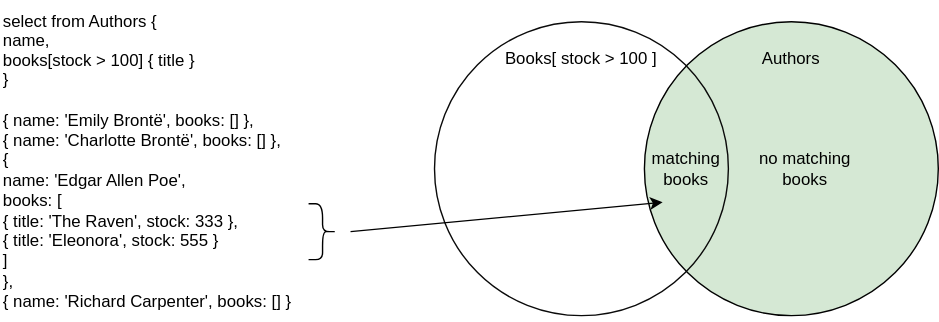
This is assets/cxl/sets-expand.drawio.svg from capire/docs, a draw.io export, as it was before one commit. Source tidied: cells renumbered, new cells last; positions are measured from the earlier drawing's top-left corner, leaving out a move shared by most shapes. The source it was exported from:
```xml
<mxGraphModel>
  <root>
    <mxCell id="0" />
    <mxCell id="1" parent="0" />
    <mxCell id="2" style="ellipse;whiteSpace=wrap;html=1;fillColor=#d5e8d4;strokeColor=default;" parent="1" vertex="1">
      <mxGeometry x="460" y="15" width="210" height="210" as="geometry" />
    </mxCell>
    <mxCell id="3" style="ellipse;whiteSpace=wrap;html=1;fillColor=none;strokeColor=#0A0A0A;" parent="1" vertex="1">
      <mxGeometry x="310" y="15" width="210" height="210" as="geometry" />
    </mxCell>
    <mxCell id="4" value="Authors" style="text;html=1;align=center;verticalAlign=middle;whiteSpace=wrap;rounded=0;" parent="1" vertex="1">
      <mxGeometry x="510" y="37" width="110" height="10" as="geometry" />
    </mxCell>
    <mxCell id="5" value="Books[ stock &amp;gt; 100 ]" style="text;html=1;align=center;verticalAlign=middle;whiteSpace=wrap;rounded=0;" parent="1" vertex="1">
      <mxGeometry x="350" y="37" width="130" height="10" as="geometry" />
    </mxCell>
    <mxCell id="6" value="no matching books" style="text;html=1;align=center;verticalAlign=middle;whiteSpace=wrap;rounded=0;" parent="1" vertex="1">
      <mxGeometry x="530" y="105" width="90" height="30" as="geometry" />
    </mxCell>
    <mxCell id="7" value="matching&lt;div&gt;books&lt;/div&gt;" style="text;html=1;align=center;verticalAlign=middle;whiteSpace=wrap;rounded=0;" parent="1" vertex="1">
      <mxGeometry x="460" y="105" width="60" height="30" as="geometry" />
    </mxCell>
    <mxCell id="8" style="endArrow=classic;html=1;" parent="1" edge="1">
      <mxGeometry relative="1" as="geometry">
        <mxPoint x="250" y="165" as="sourcePoint" />
        <mxPoint x="473" y="144" as="targetPoint" />
      </mxGeometry>
    </mxCell>
    <mxCell id="9" value="select from Authors {&#10;  name,&#10;  books[stock &gt; 100] { title }&#10;}" style="text;align=left;verticalAlign=middle;strokeColor=none;fillColor=none;" parent="1" vertex="1">
      <mxGeometry width="162" height="70" as="geometry" />
    </mxCell>
    <mxCell id="10" value="&lt;div&gt;&lt;font color=&quot;#000000&quot;&gt;&amp;nbsp; { name: 'Emily Brontë', books: [] },&lt;/font&gt;&lt;/div&gt;&lt;div&gt;&lt;font color=&quot;#000000&quot;&gt;&amp;nbsp; { name: 'Charlotte Brontë', books: [] },&lt;/font&gt;&lt;/div&gt;&lt;div&gt;&lt;font color=&quot;#000000&quot;&gt;&amp;nbsp; {&lt;/font&gt;&lt;/div&gt;&lt;div&gt;&lt;font color=&quot;#000000&quot;&gt;&amp;nbsp; &amp;nbsp; name: 'Edgar Allen Poe',&lt;/font&gt;&lt;/div&gt;&lt;div&gt;&lt;font color=&quot;#000000&quot;&gt;&amp;nbsp; &amp;nbsp; books: [&lt;/font&gt;&lt;/div&gt;&lt;div&gt;&lt;font color=&quot;#000000&quot;&gt;&amp;nbsp; &amp;nbsp; &amp;nbsp; { title: 'The Raven', stock: 333 },&lt;/font&gt;&lt;/div&gt;&lt;div&gt;&lt;font color=&quot;#000000&quot;&gt;&amp;nbsp; &amp;nbsp; &amp;nbsp; { title: 'Eleonora', stock: 555 }&lt;/font&gt;&lt;/div&gt;&lt;div&gt;&lt;font color=&quot;#000000&quot;&gt;&amp;nbsp; &amp;nbsp; ]&lt;/font&gt;&lt;/div&gt;&lt;div&gt;&lt;font color=&quot;#000000&quot;&gt;&amp;nbsp; },&lt;/font&gt;&lt;/div&gt;&lt;div&gt;&lt;font color=&quot;#000000&quot;&gt;&amp;nbsp; { name: 'Richard Carpenter', books: [] }&lt;/font&gt;&lt;/div&gt;" style="text;html=1;align=left;verticalAlign=middle;strokeColor=none;fillColor=none;" parent="1" vertex="1">
      <mxGeometry y="70" width="240" height="160" as="geometry" />
    </mxCell>
    <mxCell id="11" style="shape=curlyBracket;whiteSpace=wrap;html=1;rounded=1;flipH=1;labelPosition=right;verticalLabelPosition=middle;align=left;verticalAlign=middle;" parent="1" vertex="1">
      <mxGeometry x="220" y="145" width="20" height="40" as="geometry" />
    </mxCell>
  </root>
</mxGraphModel>
```
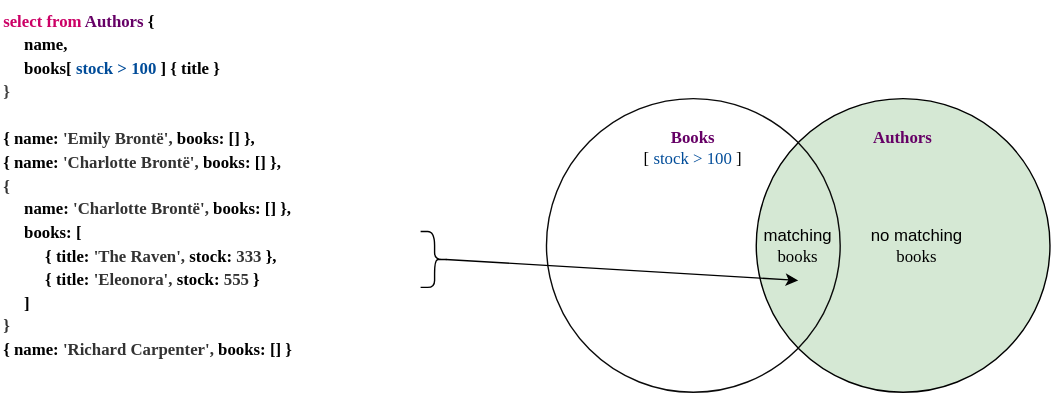
Later version of the same file.

Diff of the diagram source:
```diff
@@ -2,38 +2,34 @@
   <root>
     <mxCell id="0" />
     <mxCell id="1" parent="0" />
+    <mxCell id="12" value="&lt;div style=&quot;forced-color-adjust: none; scrollbar-color: rgb(226, 226, 226) rgb(251, 251, 251); font-family: Monaco; font-size: 12px; font-style: normal; font-variant-ligatures: normal; font-variant-caps: normal; letter-spacing: normal; orphans: 2; text-align: left; text-indent: 0px; text-transform: none; widows: 2; word-spacing: 0px; -webkit-text-stroke-width: 0px; white-space: nowrap; text-decoration-thickness: initial; text-decoration-style: initial; text-decoration-color: initial; line-height: 140%;&quot;&gt;&lt;div style=&quot;forced-color-adjust: none; scrollbar-color: rgb(226, 226, 226) rgb(251, 251, 251); text-wrap-mode: wrap;&quot;&gt;&lt;font style=&quot;color: rgb(204, 0, 102); forced-color-adjust: none; scrollbar-color: rgb(226, 226, 226) rgb(251, 251, 251);&quot;&gt;select from&lt;/font&gt;&lt;font style=&quot;color: rgb(255, 51, 153); forced-color-adjust: none; scrollbar-color: rgb(226, 226, 226) rgb(251, 251, 251);&quot;&gt;&amp;nbsp;&lt;/font&gt;&lt;span style=&quot;forced-color-adjust: none; scrollbar-color: rgb(226, 226, 226) rgb(251, 251, 251);&quot;&gt;&lt;font style=&quot;color: rgb(102, 0, 102);&quot;&gt;Authors&lt;/font&gt;&lt;/span&gt;&lt;span style=&quot;color: rgb(0, 0, 0); forced-color-adjust: none; scrollbar-color: rgb(226, 226, 226) rgb(251, 251, 251);&quot;&gt; {&lt;/span&gt;&lt;/div&gt;&lt;div style=&quot;color: rgb(63, 63, 63); forced-color-adjust: none; scrollbar-color: rgb(226, 226, 226) rgb(251, 251, 251); text-wrap-mode: wrap; margin-left: 15px;&quot;&gt;&lt;span style=&quot;forced-color-adjust: none; color: rgb(0, 0, 0); scrollbar-color: rgb(226, 226, 226) rgb(251, 251, 251);&quot;&gt;name,&lt;/span&gt;&lt;/div&gt;&lt;div style=&quot;forced-color-adjust: none; scrollbar-color: rgb(226, 226, 226) rgb(251, 251, 251); text-wrap-mode: wrap; margin-left: 15px;&quot;&gt;&lt;span style=&quot;color: rgb(0, 0, 0); forced-color-adjust: none; scrollbar-color: rgb(226, 226, 226) rgb(251, 251, 251);&quot;&gt;books[&lt;/span&gt;&lt;span style=&quot;forced-color-adjust: none; scrollbar-color: rgb(226, 226, 226) rgb(251, 251, 251); color: rgb(0, 0, 0);&quot;&gt;&lt;font style=&quot;color: rgb(0, 76, 153);&quot;&gt;stock &amp;gt; 100&lt;/font&gt;&lt;/span&gt;&lt;span style=&quot;color: rgb(0, 0, 0); forced-color-adjust: none; scrollbar-color: rgb(226, 226, 226) rgb(251, 251, 251);&quot;&gt;] { title }&lt;/span&gt;&lt;/div&gt;&lt;div style=&quot;color: rgb(63, 63, 63); forced-color-adjust: none; scrollbar-color: rgb(226, 226, 226) rgb(251, 251, 251); text-wrap-mode: wrap;&quot;&gt;&lt;span style=&quot;forced-color-adjust: none; color: rgb(63, 63, 63); scrollbar-color: rgb(226, 226, 226) rgb(251, 251, 251);&quot;&gt;}&lt;/span&gt;&lt;/div&gt;&lt;div style=&quot;color: rgb(63, 63, 63); forced-color-adjust: none; scrollbar-color: rgb(226, 226, 226) rgb(251, 251, 251); text-wrap-mode: wrap;&quot;&gt;&lt;br style=&quot;forced-color-adjust: none; color: rgb(63, 63, 63); scrollbar-color: rgb(226, 226, 226) rgb(251, 251, 251);&quot;&gt;&lt;/div&gt;&lt;span style=&quot;color: rgb(0, 0, 0); forced-color-adjust: none; scrollbar-color: rgb(226, 226, 226) rgb(251, 251, 251); text-wrap-mode: wrap;&quot;&gt;{ name:&amp;nbsp;&lt;/span&gt;&lt;span style=&quot;forced-color-adjust: none; scrollbar-color: rgb(226, 226, 226) rgb(251, 251, 251); text-wrap-mode: wrap;&quot;&gt;&lt;span style=&quot;forced-color-adjust: none; scrollbar-color: rgb(226, 226, 226) rgb(251, 251, 251); text-wrap-mode: nowrap; color: rgb(0, 0, 0);&quot;&gt;&lt;font style=&quot;color: rgb(51, 51, 51);&quot;&gt;'Emily Brontë',&lt;/font&gt;&lt;/span&gt;&lt;span style=&quot;color: rgb(0, 0, 0); forced-color-adjust: none; scrollbar-color: rgb(226, 226, 226) rgb(251, 251, 251); text-wrap-mode: nowrap;&quot;&gt;&amp;nbsp;books: []&lt;/span&gt;&lt;font style=&quot;color: rgb(51, 51, 51);&quot;&gt;&amp;nbsp;&lt;/font&gt;&lt;font style=&quot;color: rgb(0, 0, 0);&quot;&gt;},&lt;/font&gt;&lt;/span&gt;&lt;div style=&quot;forced-color-adjust: none; scrollbar-color: rgb(226, 226, 226) rgb(251, 251, 251); text-wrap-mode: wrap;&quot;&gt;&lt;font style=&quot;color: rgb(0, 0, 0);&quot;&gt;{ name:&lt;/font&gt;&lt;font style=&quot;color: rgb(51, 51, 51);&quot;&gt;&amp;nbsp;&lt;/font&gt;&lt;span style=&quot;forced-color-adjust: none; scrollbar-color: rgb(226, 226, 226) rgb(251, 251, 251); text-wrap-mode: nowrap; color: rgb(0, 0, 0);&quot;&gt;&lt;font style=&quot;color: rgb(51, 51, 51);&quot;&gt;'Charlotte Brontë',&lt;/font&gt;&lt;/span&gt;&lt;span style=&quot;color: rgb(0, 0, 0); forced-color-adjust: none; scrollbar-color: rgb(226, 226, 226) rgb(251, 251, 251); text-wrap-mode: nowrap;&quot;&gt;&amp;nbsp;books: []&lt;/span&gt;&lt;font style=&quot;color: rgb(51, 51, 51);&quot;&gt;&amp;nbsp;&lt;/font&gt;&lt;font style=&quot;color: rgb(0, 0, 0);&quot;&gt;},&lt;/font&gt;&lt;/div&gt;&lt;div style=&quot;forced-color-adjust: none; scrollbar-color: rgb(226, 226, 226) rgb(251, 251, 251); text-wrap-mode: wrap;&quot;&gt;&lt;font style=&quot;color: rgb(51, 51, 51);&quot;&gt;&lt;font style=&quot;scrollbar-color: rgb(226, 226, 226) rgb(251, 251, 251); color: rgb(51, 51, 51);&quot;&gt;{&amp;nbsp;&lt;/font&gt;&lt;/font&gt;&lt;/div&gt;&lt;div style=&quot;forced-color-adjust: none; scrollbar-color: rgb(226, 226, 226) rgb(251, 251, 251); text-wrap-mode: wrap; margin-left: 15px;&quot;&gt;&lt;font&gt;&lt;font style=&quot;scrollbar-color: rgb(226, 226, 226) rgb(251, 251, 251);&quot;&gt;&lt;font style=&quot;color: rgb(0, 0, 0);&quot;&gt;name:&amp;nbsp;&lt;/font&gt;&lt;/font&gt;&lt;span style=&quot;scrollbar-color: rgb(226, 226, 226) rgb(251, 251, 251); text-wrap-mode: nowrap;&quot;&gt;&lt;font style=&quot;scrollbar-color: rgb(226, 226, 226) rgb(251, 251, 251); color: rgb(51, 51, 51);&quot;&gt;'Charlotte Brontë',&lt;/font&gt;&lt;/span&gt;&lt;font&gt;&lt;span style=&quot;scrollbar-color: rgb(226, 226, 226) rgb(251, 251, 251); text-wrap-mode: nowrap;&quot;&gt;&lt;font style=&quot;color: rgb(0, 0, 0);&quot;&gt;&amp;nbsp;books: []&lt;/font&gt;&lt;/span&gt;&lt;font style=&quot;scrollbar-color: rgb(226, 226, 226) rgb(251, 251, 251); color: rgb(0, 0, 0);&quot;&gt;&amp;nbsp;},&lt;/font&gt;&lt;/font&gt;&lt;/font&gt;&lt;/div&gt;&lt;div style=&quot;forced-color-adjust: none; scrollbar-color: rgb(226, 226, 226) rgb(251, 251, 251); text-wrap-mode: wrap; margin-left: 15px;&quot;&gt;&lt;font&gt;&lt;font style=&quot;scrollbar-color: rgb(226, 226, 226) rgb(251, 251, 251); color: rgb(0, 0, 0);&quot;&gt;books: [&lt;/font&gt;&lt;/font&gt;&lt;/div&gt;&lt;div style=&quot;forced-color-adjust: none; scrollbar-color: rgb(226, 226, 226) rgb(251, 251, 251); text-wrap-mode: wrap; margin-left: 30px;&quot;&gt;&lt;font&gt;&lt;font style=&quot;scrollbar-color: rgb(226, 226, 226) rgb(251, 251, 251); color: rgb(0, 0, 0);&quot;&gt;{&lt;/font&gt;&lt;/font&gt;&lt;span style=&quot;color: rgb(0, 0, 0); text-wrap-mode: nowrap; background-color: transparent; scrollbar-color: rgb(226, 226, 226) rgb(251, 251, 251);&quot;&gt;&amp;nbsp;title:&amp;nbsp;&lt;/span&gt;&lt;span style=&quot;text-wrap-mode: nowrap; background-color: transparent; scrollbar-color: rgb(226, 226, 226) rgb(251, 251, 251);&quot;&gt;&lt;font style=&quot;color: rgb(51, 51, 51);&quot;&gt;'The Raven',&lt;/font&gt;&lt;/span&gt;&lt;span style=&quot;color: rgb(0, 0, 0); text-wrap-mode: nowrap; background-color: transparent; scrollbar-color: rgb(226, 226, 226) rgb(251, 251, 251);&quot;&gt;&amp;nbsp;stock: &lt;/span&gt;&lt;span style=&quot;text-wrap-mode: nowrap; background-color: transparent; scrollbar-color: rgb(226, 226, 226) rgb(251, 251, 251); color: rgb(0, 0, 0);&quot;&gt;&lt;font style=&quot;color: rgb(51, 51, 51);&quot;&gt;333&lt;/font&gt;&lt;/span&gt;&lt;span style=&quot;color: rgb(0, 0, 0); text-wrap-mode: nowrap; background-color: transparent; scrollbar-color: rgb(226, 226, 226) rgb(251, 251, 251);&quot;&gt;&amp;nbsp;&lt;/span&gt;&lt;span style=&quot;background-color: transparent;&quot;&gt;&lt;font style=&quot;color: rgb(0, 0, 0);&quot;&gt;},&lt;/font&gt;&lt;/span&gt;&lt;/div&gt;&lt;div style=&quot;forced-color-adjust: none; scrollbar-color: rgb(226, 226, 226) rgb(251, 251, 251); text-wrap-mode: wrap; margin-left: 30px;&quot;&gt;&lt;font&gt;&lt;font style=&quot;scrollbar-color: rgb(226, 226, 226) rgb(251, 251, 251); color: rgb(0, 0, 0);&quot;&gt;{&lt;/font&gt;&lt;font style=&quot;color: rgb(51, 51, 51); scrollbar-color: rgb(226, 226, 226) rgb(251, 251, 251);&quot;&gt;&amp;nbsp;&lt;/font&gt;&lt;/font&gt;&lt;span style=&quot;color: rgb(0, 0, 0); text-wrap-mode: nowrap; background-color: transparent; scrollbar-color: rgb(226, 226, 226) rgb(251, 251, 251);&quot;&gt;title:&amp;nbsp;&lt;/span&gt;&lt;span style=&quot;text-wrap-mode: nowrap; background-color: transparent; scrollbar-color: rgb(226, 226, 226) rgb(251, 251, 251);&quot;&gt;&lt;font style=&quot;color: rgb(51, 51, 51);&quot;&gt;'Eleonora',&lt;/font&gt;&lt;/span&gt;&lt;span style=&quot;color: rgb(0, 0, 0); text-wrap-mode: nowrap; background-color: transparent; scrollbar-color: rgb(226, 226, 226) rgb(251, 251, 251);&quot;&gt;&amp;nbsp;stock: &lt;/span&gt;&lt;span style=&quot;text-wrap-mode: nowrap; background-color: transparent; scrollbar-color: rgb(226, 226, 226) rgb(251, 251, 251); color: rgb(0, 0, 0);&quot;&gt;&lt;font style=&quot;color: rgb(51, 51, 51);&quot;&gt;555&lt;/font&gt;&lt;/span&gt;&lt;span style=&quot;color: rgb(0, 0, 0); text-wrap-mode: nowrap; background-color: transparent; scrollbar-color: rgb(226, 226, 226) rgb(251, 251, 251);&quot;&gt;&amp;nbsp;&lt;/span&gt;&lt;span style=&quot;background-color: transparent;&quot;&gt;&lt;font style=&quot;color: rgb(0, 0, 0);&quot;&gt;}&lt;/font&gt;&lt;/span&gt;&lt;/div&gt;&lt;div style=&quot;forced-color-adjust: none; scrollbar-color: rgb(226, 226, 226) rgb(251, 251, 251); text-wrap-mode: wrap; margin-left: 15px;&quot;&gt;&lt;font&gt;&lt;font style=&quot;scrollbar-color: rgb(226, 226, 226) rgb(251, 251, 251); color: rgb(0, 0, 0);&quot;&gt;]&lt;/font&gt;&lt;/font&gt;&lt;/div&gt;&lt;div style=&quot;forced-color-adjust: none; scrollbar-color: rgb(226, 226, 226) rgb(251, 251, 251); text-wrap-mode: wrap;&quot;&gt;&lt;font style=&quot;color: rgb(51, 51, 51);&quot;&gt;&lt;font style=&quot;scrollbar-color: rgb(226, 226, 226) rgb(251, 251, 251); color: rgb(51, 51, 51);&quot;&gt;}&lt;/font&gt;&lt;/font&gt;&lt;/div&gt;&lt;/div&gt;&lt;div style=&quot;forced-color-adjust: none; scrollbar-color: rgb(226, 226, 226) rgb(251, 251, 251); font-family: Monaco; font-size: 12px; font-style: normal; font-variant-ligatures: normal; font-variant-caps: normal; letter-spacing: normal; orphans: 2; text-align: left; text-indent: 0px; text-transform: none; widows: 2; word-spacing: 0px; -webkit-text-stroke-width: 0px; white-space: normal; text-decoration-thickness: initial; text-decoration-style: initial; text-decoration-color: initial; line-height: 140%;&quot;&gt;&lt;span style=&quot;forced-color-adjust: none; scrollbar-color: rgb(226, 226, 226) rgb(251, 251, 251);&quot;&gt;&lt;font style=&quot;color: rgb(0, 0, 0);&quot;&gt;{ name:&amp;nbsp;&lt;/font&gt;&lt;/span&gt;&lt;font style=&quot;forced-color-adjust: none; scrollbar-color: rgb(226, 226, 226) rgb(251, 251, 251); color: rgb(51, 51, 51);&quot;&gt;'Richard Carpenter',&lt;/font&gt;&lt;font&gt;&lt;font style=&quot;forced-color-adjust: none; scrollbar-color: rgb(226, 226, 226) rgb(251, 251, 251);&quot;&gt;&lt;font style=&quot;color: rgb(0, 0, 0);&quot;&gt;&amp;nbsp;books: []&lt;/font&gt;&lt;/font&gt;&lt;span style=&quot;forced-color-adjust: none; scrollbar-color: rgb(226, 226, 226) rgb(251, 251, 251);&quot;&gt;&lt;font style=&quot;color: rgb(0, 0, 0);&quot;&gt;&amp;nbsp;}&lt;/font&gt;&lt;/span&gt;&lt;/font&gt;&lt;/div&gt;" style="text;whiteSpace=wrap;html=1;labelBackgroundColor=none;fontStyle=1;" parent="1" vertex="1">
+      <mxGeometry x="-80" y="-55" width="440" height="240" as="geometry" />
+    </mxCell>
     <mxCell id="2" style="ellipse;whiteSpace=wrap;html=1;fillColor=#d5e8d4;strokeColor=default;" parent="1" vertex="1">
       <mxGeometry x="460" y="15" width="210" height="210" as="geometry" />
     </mxCell>
     <mxCell id="3" style="ellipse;whiteSpace=wrap;html=1;fillColor=none;strokeColor=#0A0A0A;" parent="1" vertex="1">
       <mxGeometry x="310" y="15" width="210" height="210" as="geometry" />
     </mxCell>
-    <mxCell id="4" value="Authors" style="text;html=1;align=center;verticalAlign=middle;whiteSpace=wrap;rounded=0;" parent="1" vertex="1">
-      <mxGeometry x="510" y="37" width="110" height="10" as="geometry" />
+    <mxCell id="4" value="&lt;span style=&quot;color: rgb(102, 0, 102); font-family: Monaco; font-weight: 700; text-align: left;&quot;&gt;Authors&lt;/span&gt;" style="text;html=1;align=center;verticalAlign=middle;whiteSpace=wrap;rounded=0;" parent="1" vertex="1">
+      <mxGeometry x="510" y="38" width="110" height="10" as="geometry" />
     </mxCell>
-    <mxCell id="5" value="Books[ stock &amp;gt; 100 ]" style="text;html=1;align=center;verticalAlign=middle;whiteSpace=wrap;rounded=0;" parent="1" vertex="1">
-      <mxGeometry x="350" y="37" width="130" height="10" as="geometry" />
+    <mxCell id="5" value="&lt;span style=&quot;color: rgb(102, 0, 102); font-weight: 700; text-align: left;&quot;&gt;Books&lt;/span&gt;&lt;div&gt;[ &lt;font style=&quot;color: rgb(0, 76, 153);&quot;&gt;stock &amp;gt; 100&lt;/font&gt; ]&lt;/div&gt;" style="text;html=1;align=center;verticalAlign=middle;whiteSpace=wrap;rounded=0;fontFamily=Monaco;" parent="1" vertex="1">
+      <mxGeometry x="350" y="45" width="130" height="10" as="geometry" />
     </mxCell>
-    <mxCell id="6" value="no matching books" style="text;html=1;align=center;verticalAlign=middle;whiteSpace=wrap;rounded=0;" parent="1" vertex="1">
+    <mxCell id="6" value="no matching &lt;font face=&quot;Monaco&quot;&gt;books&lt;/font&gt;" style="text;html=1;align=center;verticalAlign=middle;whiteSpace=wrap;rounded=0;" parent="1" vertex="1">
       <mxGeometry x="530" y="105" width="90" height="30" as="geometry" />
     </mxCell>
-    <mxCell id="7" value="matching&lt;div&gt;books&lt;/div&gt;" style="text;html=1;align=center;verticalAlign=middle;whiteSpace=wrap;rounded=0;" parent="1" vertex="1">
+    <mxCell id="7" value="matching&lt;div&gt;&lt;font face=&quot;Monaco&quot;&gt;books&lt;/font&gt;&lt;/div&gt;" style="text;html=1;align=center;verticalAlign=middle;whiteSpace=wrap;rounded=0;" parent="1" vertex="1">
       <mxGeometry x="460" y="105" width="60" height="30" as="geometry" />
     </mxCell>
-    <mxCell id="8" style="endArrow=classic;html=1;" parent="1" edge="1">
+    <mxCell id="8" style="endArrow=classic;html=1;exitX=0.1;exitY=0.5;exitDx=0;exitDy=0;exitPerimeter=0;" parent="1" edge="1" source="11">
       <mxGeometry relative="1" as="geometry">
-        <mxPoint x="250" y="165" as="sourcePoint" />
-        <mxPoint x="473" y="144" as="targetPoint" />
+        <mxPoint x="490" y="145" as="targetPoint" />
       </mxGeometry>
     </mxCell>
-    <mxCell id="9" value="select from Authors {&#10;  name,&#10;  books[stock &gt; 100] { title }&#10;}" style="text;align=left;verticalAlign=middle;strokeColor=none;fillColor=none;" parent="1" vertex="1">
-      <mxGeometry width="162" height="70" as="geometry" />
-    </mxCell>
-    <mxCell id="10" value="&lt;div&gt;&lt;font color=&quot;#000000&quot;&gt;&amp;nbsp; { name: 'Emily Brontë', books: [] },&lt;/font&gt;&lt;/div&gt;&lt;div&gt;&lt;font color=&quot;#000000&quot;&gt;&amp;nbsp; { name: 'Charlotte Brontë', books: [] },&lt;/font&gt;&lt;/div&gt;&lt;div&gt;&lt;font color=&quot;#000000&quot;&gt;&amp;nbsp; {&lt;/font&gt;&lt;/div&gt;&lt;div&gt;&lt;font color=&quot;#000000&quot;&gt;&amp;nbsp; &amp;nbsp; name: 'Edgar Allen Poe',&lt;/font&gt;&lt;/div&gt;&lt;div&gt;&lt;font color=&quot;#000000&quot;&gt;&amp;nbsp; &amp;nbsp; books: [&lt;/font&gt;&lt;/div&gt;&lt;div&gt;&lt;font color=&quot;#000000&quot;&gt;&amp;nbsp; &amp;nbsp; &amp;nbsp; { title: 'The Raven', stock: 333 },&lt;/font&gt;&lt;/div&gt;&lt;div&gt;&lt;font color=&quot;#000000&quot;&gt;&amp;nbsp; &amp;nbsp; &amp;nbsp; { title: 'Eleonora', stock: 555 }&lt;/font&gt;&lt;/div&gt;&lt;div&gt;&lt;font color=&quot;#000000&quot;&gt;&amp;nbsp; &amp;nbsp; ]&lt;/font&gt;&lt;/div&gt;&lt;div&gt;&lt;font color=&quot;#000000&quot;&gt;&amp;nbsp; },&lt;/font&gt;&lt;/div&gt;&lt;div&gt;&lt;font color=&quot;#000000&quot;&gt;&amp;nbsp; { name: 'Richard Carpenter', books: [] }&lt;/font&gt;&lt;/div&gt;" style="text;html=1;align=left;verticalAlign=middle;strokeColor=none;fillColor=none;" parent="1" vertex="1">
-      <mxGeometry y="70" width="240" height="160" as="geometry" />
-    </mxCell>
     <mxCell id="11" style="shape=curlyBracket;whiteSpace=wrap;html=1;rounded=1;flipH=1;labelPosition=right;verticalLabelPosition=middle;align=left;verticalAlign=middle;" parent="1" vertex="1">
-      <mxGeometry x="220" y="145" width="20" height="40" as="geometry" />
+      <mxGeometry x="220" y="110" width="20" height="40" as="geometry" />
     </mxCell>
   </root>
 </mxGraphModel>
```
